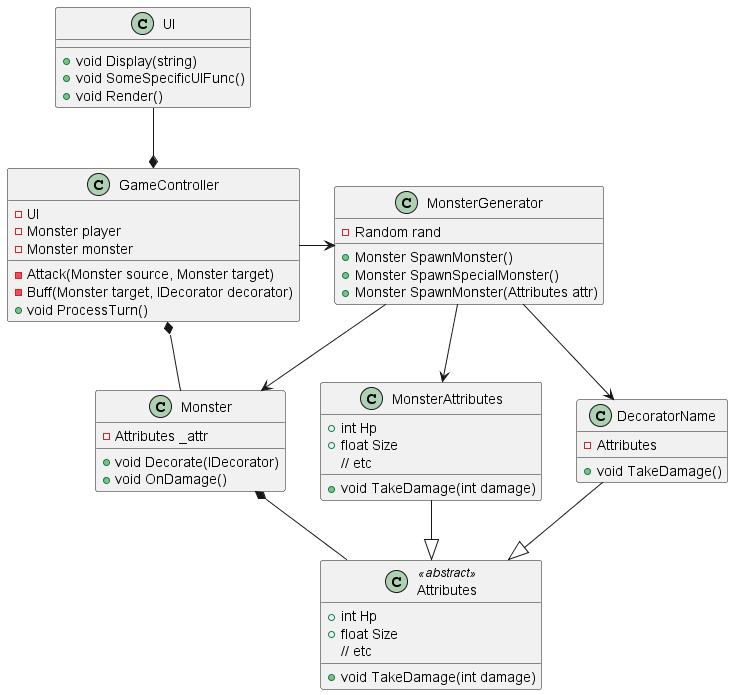
MarcinSzymanek/SD_Decorator keeps this PlantUML diagram as Docs/out/sample_cd/sample_cd.png. Above is the earlier version. The source it was exported from:
```plantuml
@startuml

MonsterGenerator --> Monster
MonsterGenerator --> MonsterAttributes
MonsterAttributes --|> Attributes
GameController -> MonsterGenerator
GameController *- Monster
UI --* GameController
DecoratorName --|> Attributes
MonsterGenerator --> DecoratorName
Monster *- Attributes

class Monster{
    - Attributes _attr
    + void Decorate(IDecorator)
    + void OnDamage()
}


class DecoratorName{
    - Attributes
    + void TakeDamage()
}

class GameController{
    - UI
    - Monster player
    - Monster monster
    - Attack(Monster source, Monster target)
    - Buff(Monster target, IDecorator decorator)
    + void ProcessTurn()

}

class Attributes <<abstract>>{
    + int Hp
    + float Size
    + void TakeDamage(int damage)
    // etc
}

class MonsterAttributes{
    + int Hp
    + float Size
    + void TakeDamage(int damage)
    // etc
}


class MonsterGenerator{
    - Random rand
    + Monster SpawnMonster()
    + Monster SpawnSpecialMonster()
    + Monster SpawnMonster(Attributes attr)
}



class UI{
    + void Display(string)
    + void SomeSpecificUIFunc()
    + void Render()
}


@enduml
```
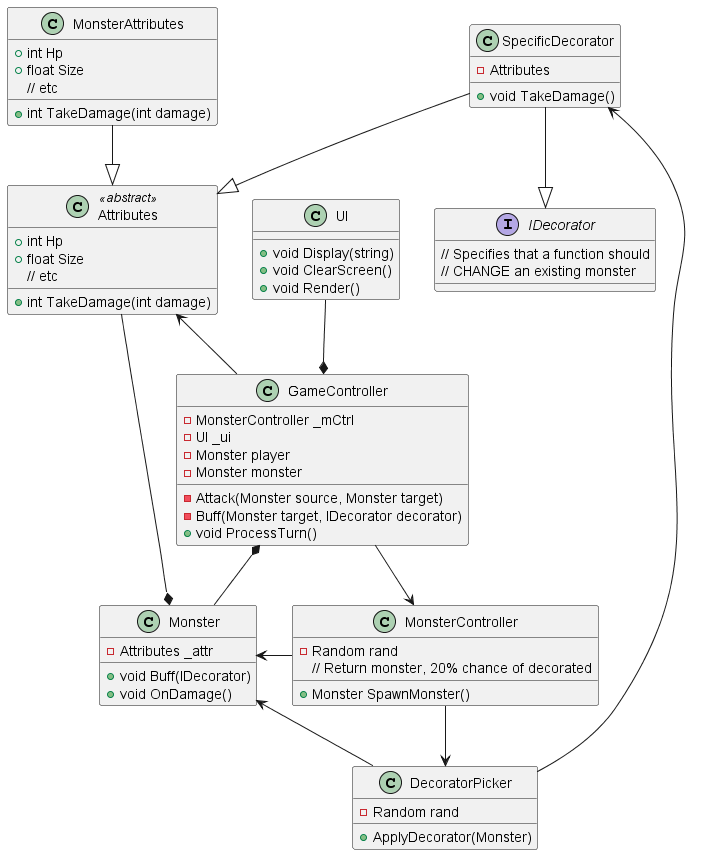
The same diagram one commit later.

What changed in the source:
```diff
@@ -1,29 +1,38 @@
 @startuml
 
-MonsterGenerator --> Monster
-MonsterGenerator --> MonsterAttributes
+MonsterController -u> Monster
+
 MonsterAttributes --|> Attributes
-GameController -> MonsterGenerator
-GameController *- Monster
+Attributes <-- GameController
+GameController --> MonsterController
+GameController *-- Monster
 UI --* GameController
-DecoratorName --|> Attributes
-MonsterGenerator --> DecoratorName
-Monster *- Attributes
+MonsterController --> DecoratorPicker
+SpecificDecorator <-- DecoratorPicker
+DecoratorPicker -u-> Monster
+SpecificDecorator --|> Attributes
+SpecificDecorator --|> IDecorator
+Attributes --* Monster
 
 class Monster{
     - Attributes _attr
-    + void Decorate(IDecorator)
+    + void Buff(IDecorator)
     + void OnDamage()
 }
 
+class DecoratorPicker{
+    - Random rand
+    + ApplyDecorator(Monster)
+}
 
-class DecoratorName{
+class SpecificDecorator{
     - Attributes
     + void TakeDamage()
 }
 
 class GameController{
-    - UI
+    - MonsterController _mCtrl
+    - UI _ui
     - Monster player
     - Monster monster
     - Attack(Monster source, Monster target)
@@ -35,30 +44,33 @@
 class Attributes <<abstract>>{
     + int Hp
     + float Size
-    + void TakeDamage(int damage)
+    + int TakeDamage(int damage)
     // etc
 }
 
 class MonsterAttributes{
     + int Hp
     + float Size
-    + void TakeDamage(int damage)
+    + int TakeDamage(int damage)
     // etc
 }
 
+interface IDecorator{
+    // Specifies that a function should
+    // CHANGE an existing monster
+}
 
-class MonsterGenerator{
+class MonsterController{
     - Random rand
+    // Return monster, 20% chance of decorated
     + Monster SpawnMonster()
-    + Monster SpawnSpecialMonster()
-    + Monster SpawnMonster(Attributes attr)
 }
 
 
 
 class UI{
     + void Display(string)
-    + void SomeSpecificUIFunc()
+    + void ClearScreen()
     + void Render()
 }
 
```
